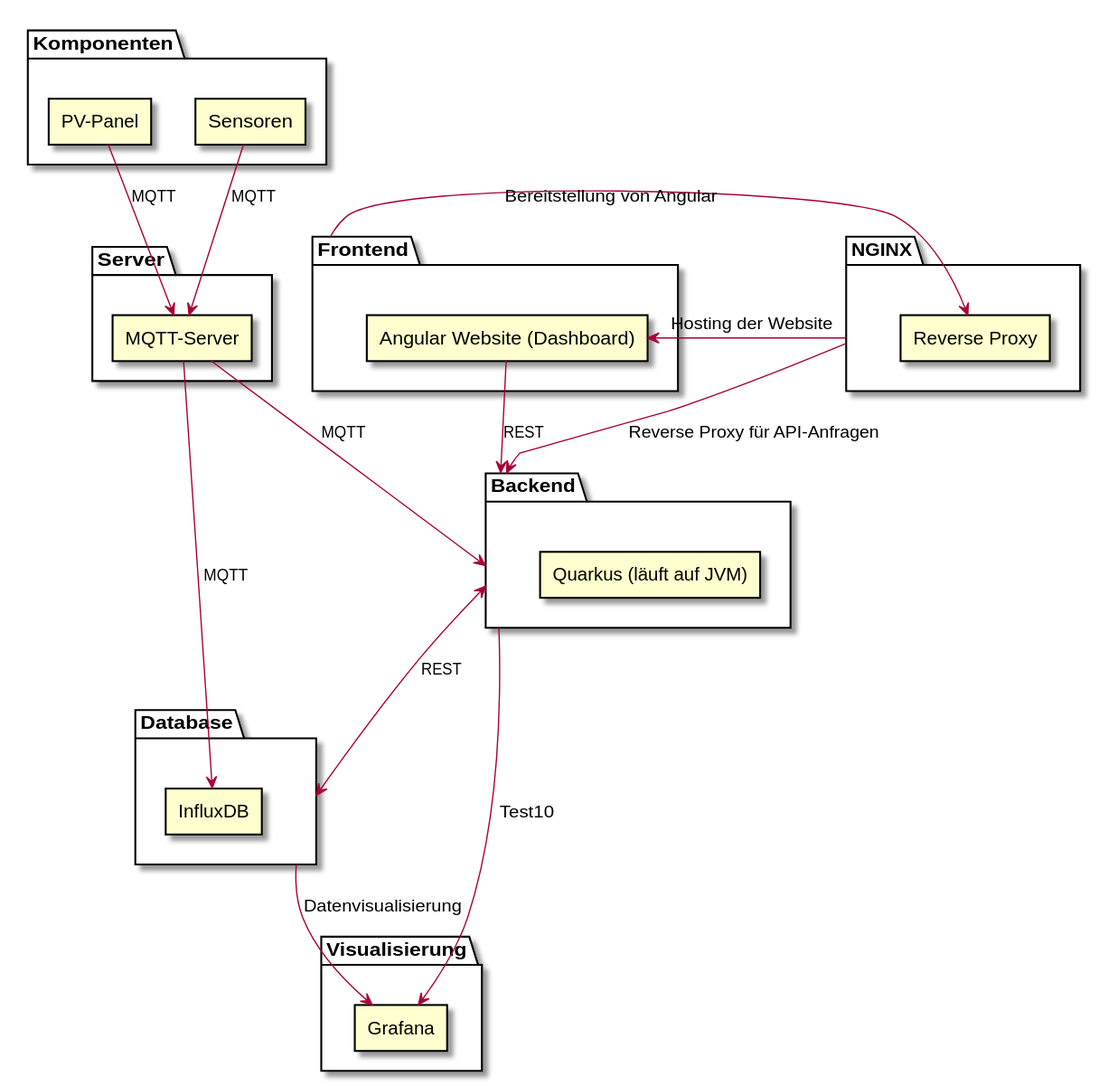
Earlier version of the PlantUML export Documentation/SystemArchitecture/diagrams/SystemArchitecture.svg (2425-4chif-syp/01-projekte-2025-4chif-syp-pv-panels).
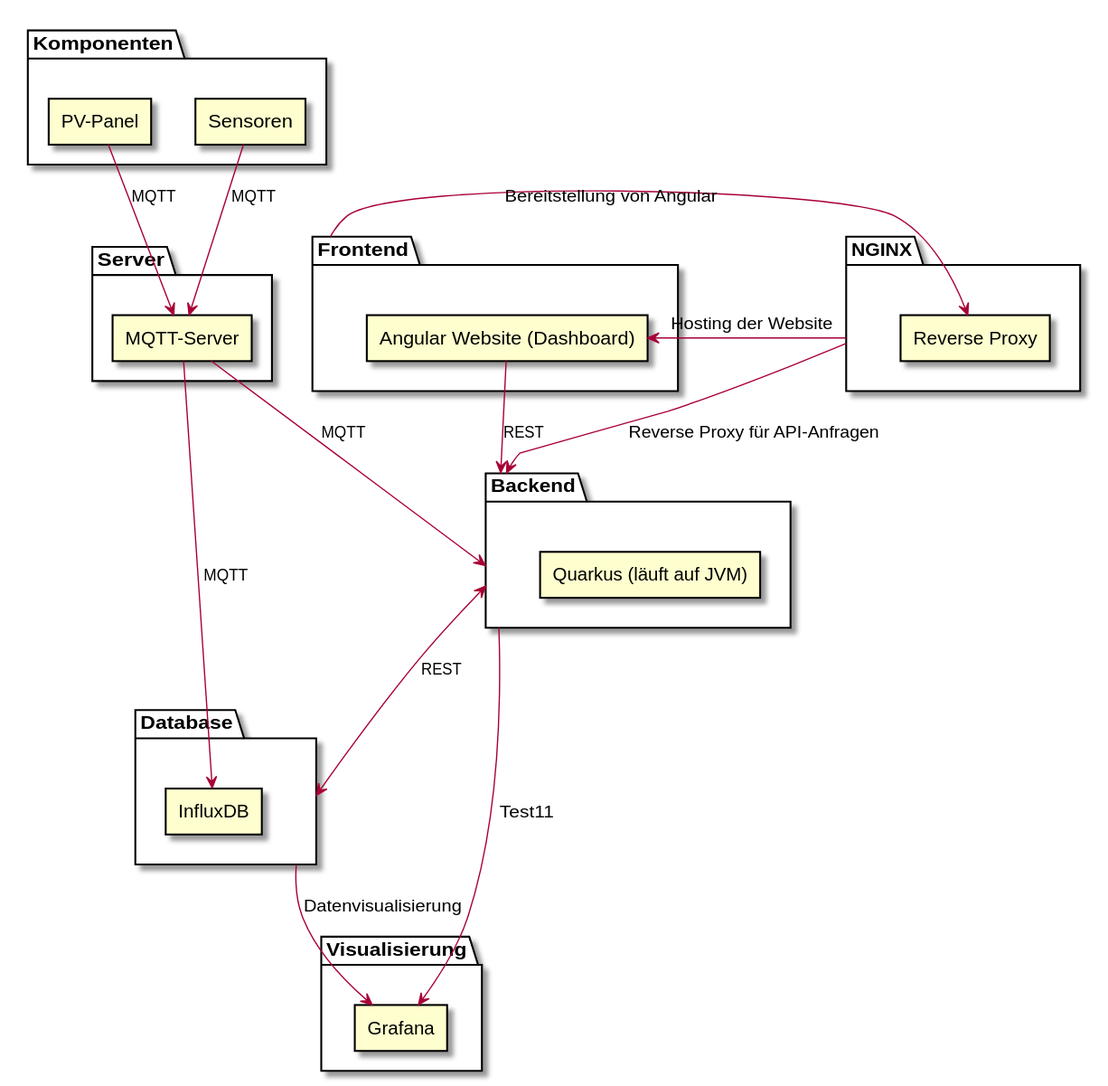
After the commit.

Change to the diagram source:
```diff
@@ -35,7 +35,7 @@
 B <--> D : REST
 A --> B : REST
 D --> G : Datenvisualisierung
-B --> G : Test10
+B --> G : Test11
 
 F --> NGINX : Bereitstellung von Angular
 N --> A : Hosting der Website
```
